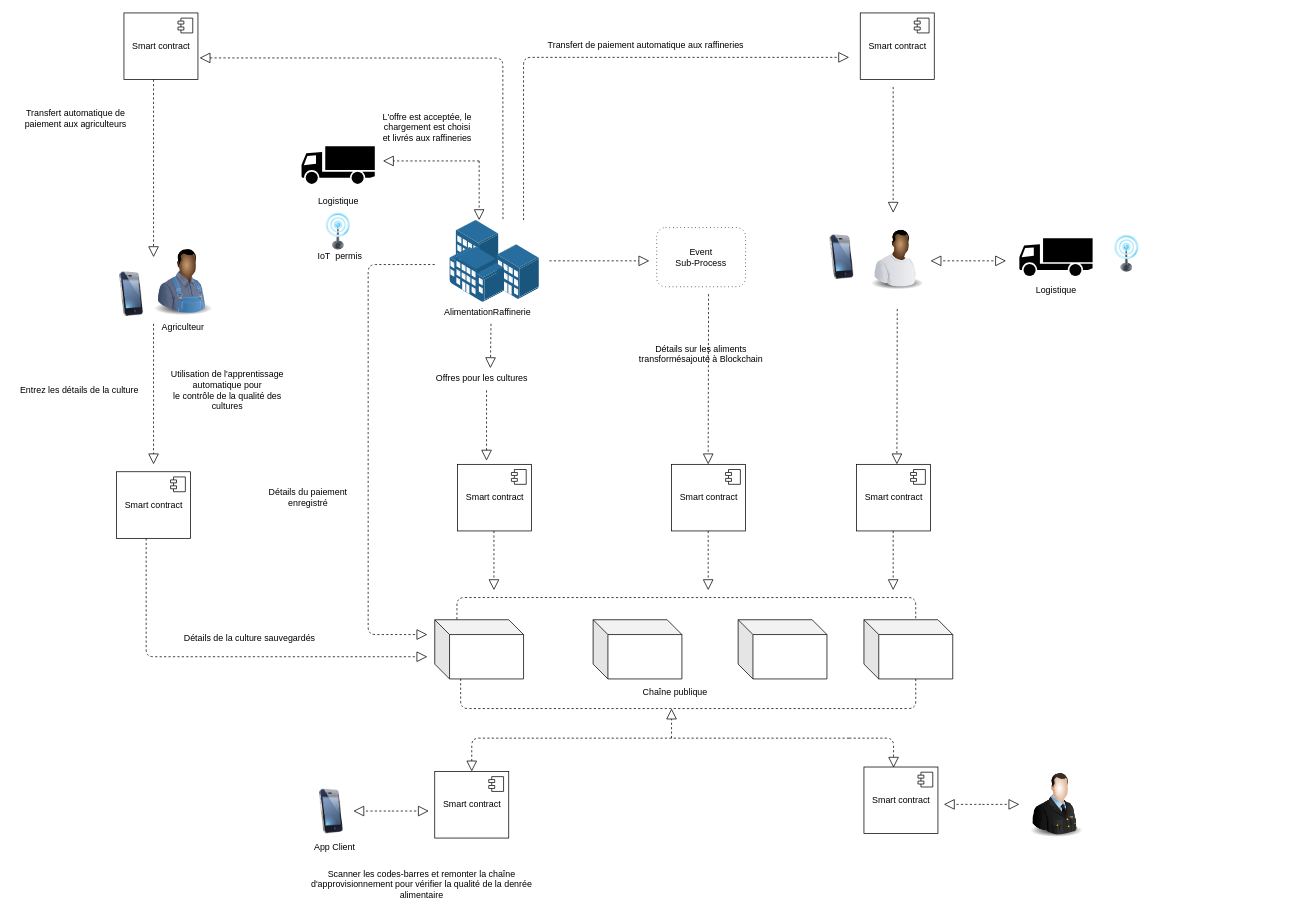
loosker95/supply-chain-blockchain keeps this draw.io diagram as Untitled Diagram.drawio. Above is the earlier version. Source tidied: cells renumbered, new cells numbered last; positions are measured from the earlier drawing's top-left corner, leaving out a move shared by most shapes. Both pictures are drawn from the tidied source at 74%, with x=0, y=0 at pixel (13, 13).
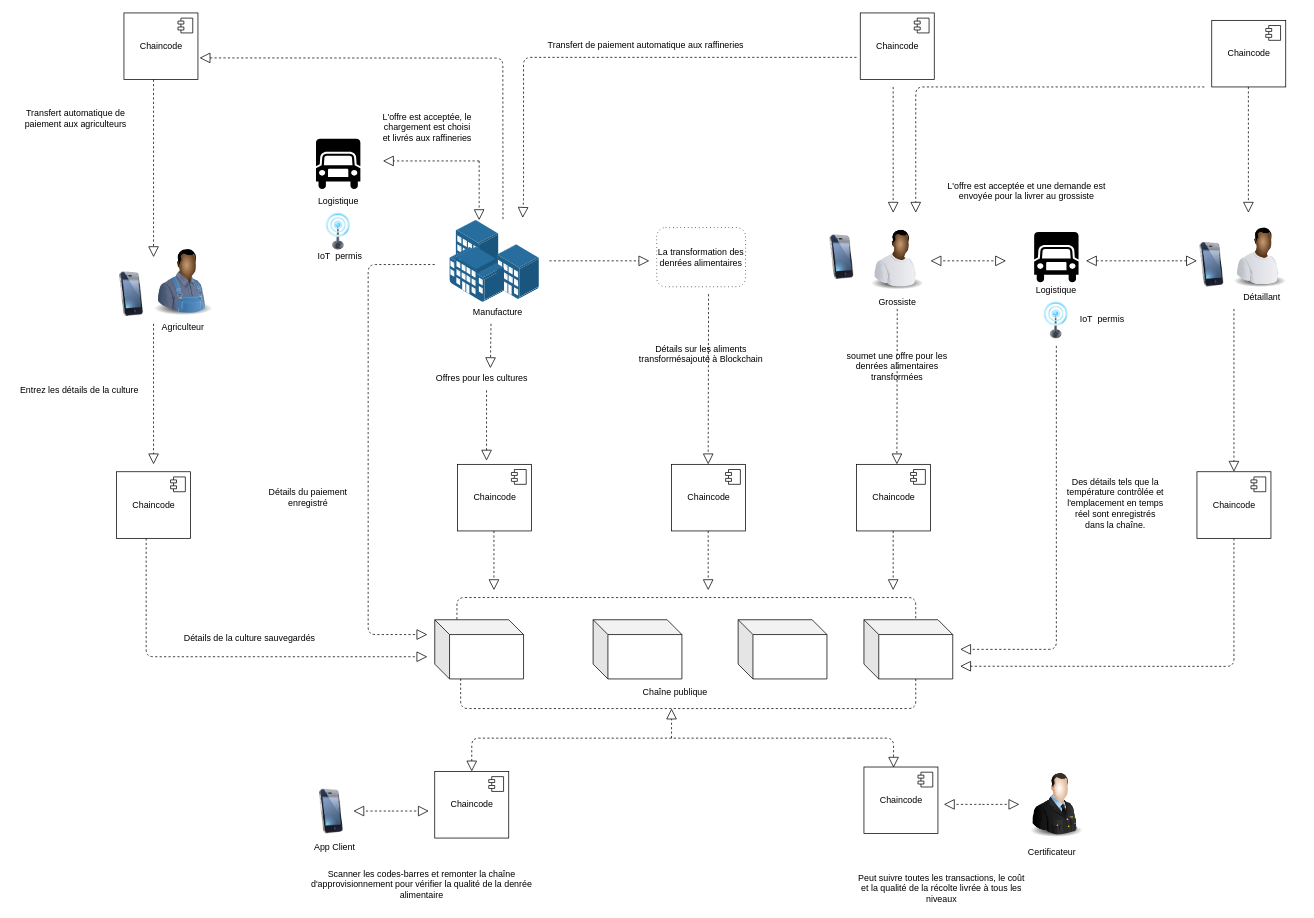
The same diagram, later.

The change refers to these unchanged cells:
```xml
<mxCell id="5" style="points=[];html=1;align=center;shadow=0;dashed=0;image;image=img/lib/allied_telesis/buildings/Building_Cluster.svg;" parent="1" vertex="1">
  <mxGeometry x="590" y="280" width="121.2" height="111" as="geometry" />
</mxCell>
```

What changed in the source:
```diff
@@
-    <mxCell id="2" value="Smart contract" style="html=1;" parent="1" vertex="1">
+    <mxCell id="2" value="Chaincode" style="html=1;" parent="1" vertex="1">
       <mxGeometry x="150" width="100" height="90" as="geometry" />
     </mxCell>
@@
-    <mxCell id="4" style="shape=mxgraph.signs.transportation.truck_1;html=1;fillColor=#000000;strokeColor=none;verticalLabelPosition=bottom;verticalAlign=top;align=center;" parent="1" vertex="1">
-      <mxGeometry x="390" y="180" width="99" height="51" as="geometry" />
-    </mxCell>
@@
-    <mxCell id="6" value="Smart contract" style="html=1;" parent="1" vertex="1">
+    <mxCell id="6" value="Chaincode" style="html=1;" parent="1" vertex="1">
       <mxGeometry x="140" y="620" width="100" height="90" as="geometry" />
     </mxCell>
@@
-    <mxCell id="10" value="Smart contract" style="html=1;" parent="1" vertex="1">
+    <mxCell id="10" value="Chaincode" style="html=1;" parent="1" vertex="1">
       <mxGeometry x="600.6" y="610" width="100" height="90" as="geometry" />
     </mxCell>
@@
-    <mxCell id="12" value="Smart contract" style="html=1;" parent="1" vertex="1">
+    <mxCell id="12" value="Chaincode" style="html=1;" parent="1" vertex="1">
       <mxGeometry x="890" y="610" width="100" height="90" as="geometry" />
     </mxCell>
@@
-    <mxCell id="24" value="Event&#10;Sub-Process" style="shape=ext;rounded=1;html=1;whiteSpace=wrap;dashed=1;dashPattern=1 4;" parent="1" vertex="1">
+    <mxCell id="24" value="&lt;span style=&quot;font-size: 12px&quot;&gt;La transformation des denrées alimentaires&lt;/span&gt;" style="shape=ext;rounded=1;html=1;whiteSpace=wrap;dashed=1;dashPattern=1 4;" parent="1" vertex="1">
       <mxGeometry x="870" y="290" width="120" height="80" as="geometry" />
     </mxCell>
@@
-    <mxCell id="32" value="Smart contract" style="html=1;" parent="1" vertex="1">
+    <mxCell id="32" value="Chaincode" style="html=1;" parent="1" vertex="1">
       <mxGeometry x="570" y="1025" width="100" height="90" as="geometry" />
     </mxCell>
@@
-    <mxCell id="47" value="&lt;div&gt;&lt;span style=&quot;font-size: 12px&quot;&gt;Utilisation de l'apprentissage automatique pour&lt;/span&gt;&lt;/div&gt;&lt;div&gt;&lt;span style=&quot;font-size: 12px&quot;&gt;le contrôle de la qualité des cultures&lt;/span&gt;&lt;/div&gt;" style="text;html=1;strokeColor=none;fillColor=none;align=center;verticalAlign=middle;whiteSpace=wrap;rounded=0;" parent="1" vertex="1">
-      <mxGeometry x="200" y="495" width="180" height="30" as="geometry" />
-    </mxCell>
@@
-    <mxCell id="51" value="AlimentationRaffinerie" style="text;whiteSpace=wrap;html=1;" parent="1" vertex="1">
-      <mxGeometry x="580.6" y="390" width="140" height="30" as="geometry" />
+    <mxCell id="51" value="Manufacture" style="text;whiteSpace=wrap;html=1;" parent="1" vertex="1">
+      <mxGeometry x="620" y="391" width="140" height="30" as="geometry" />
     </mxCell>
@@
-    <mxCell id="56" style="endArrow=block;dashed=1;endFill=0;endSize=12;html=1;exitX=0.596;exitY=-0.013;exitDx=0;exitDy=0;exitPerimeter=0;" parent="1" edge="1">
+    <mxCell id="56" style="endArrow=block;dashed=1;endFill=0;endSize=12;html=1;entryX=0.816;entryY=-0.028;entryDx=0;entryDy=0;entryPerimeter=0;" parent="1" edge="1" target="5">
       <mxGeometry relative="1" as="geometry">
-        <mxPoint x="690" y="280" as="sourcePoint" />
-        <mxPoint x="1130" y="60" as="targetPoint" />
+        <mxPoint x="1140" y="60" as="sourcePoint" />
         <Array as="points">
           <mxPoint x="690" y="60" />
+          <mxPoint x="690" y="250" />
         </Array>
       </mxGeometry>
     </mxCell>
@@
-    <mxCell id="59" value="Smart contract" style="html=1;" parent="1" vertex="1">
+    <mxCell id="59" value="Chaincode" style="html=1;" parent="1" vertex="1">
       <mxGeometry x="1145" width="100" height="90" as="geometry" />
     </mxCell>
@@
-    <mxCell id="64" value="Smart contract" style="html=1;" parent="1" vertex="1">
+    <mxCell id="64" value="Chaincode" style="html=1;" parent="1" vertex="1">
       <mxGeometry x="1140" y="610" width="100" height="90" as="geometry" />
     </mxCell>
@@
-    <mxCell id="68" style="shape=mxgraph.signs.transportation.truck_1;html=1;fillColor=#000000;strokeColor=none;verticalLabelPosition=bottom;verticalAlign=top;align=center;" parent="1" vertex="1">
-      <mxGeometry x="1360" y="304.5" width="99" height="51" as="geometry" />
-    </mxCell>
     <mxCell id="69" style="image;html=1;labelBackgroundColor=#ffffff;image=img/lib/clip_art/telecommunication/Signal_tower_on_128x128.png;" parent="1" vertex="1">
-      <mxGeometry x="1470" y="300" width="70" height="50" as="geometry" />
+      <mxGeometry x="1374.5" y="390" width="70" height="50" as="geometry" />
     </mxCell>
     <mxCell id="70" value="&lt;div&gt;Logistique&lt;/div&gt;" style="text;html=1;strokeColor=none;fillColor=none;align=center;verticalAlign=middle;whiteSpace=wrap;rounded=0;" parent="1" vertex="1">
-      <mxGeometry x="1319.5" y="360" width="180" height="30" as="geometry" />
+      <mxGeometry x="1320" y="360" width="180" height="30" as="geometry" />
     </mxCell>
@@
-    <mxCell id="74" value="Smart contract" style="html=1;" parent="1" vertex="1">
+    <mxCell id="74" value="Chaincode" style="html=1;" parent="1" vertex="1">
       <mxGeometry x="1150" y="1019" width="100" height="90" as="geometry" />
     </mxCell>
@@
+    <mxCell id="79" value="Grossiste" style="text;whiteSpace=wrap;html=1;" parent="1" vertex="1">
+      <mxGeometry x="1168" y="377" width="80" height="30" as="geometry" />
+    </mxCell>
+    <mxCell id="80" value="soumet une offre pour les denrées alimentaires transformées" style="text;whiteSpace=wrap;html=1;align=center;" parent="1" vertex="1">
+      <mxGeometry x="1105" y="450" width="180" height="30" as="geometry" />
+    </mxCell>
+    <mxCell id="81" value="L'offre est acceptée et une demande est envoyée pour la livrer au grossiste" style="text;whiteSpace=wrap;html=1;align=center;" parent="1" vertex="1">
+      <mxGeometry x="1260" y="220" width="220" height="30" as="geometry" />
+    </mxCell>
+    <mxCell id="82" style="shape=mxgraph.signs.transportation.truck_6;html=1;fillColor=#000000;strokeColor=none;verticalLabelPosition=bottom;verticalAlign=top;align=center;" parent="1" vertex="1">
+      <mxGeometry x="1380" y="296" width="60" height="68" as="geometry" />
+    </mxCell>
+    <mxCell id="83" style="shape=mxgraph.signs.transportation.truck_6;html=1;fillColor=#000000;strokeColor=none;verticalLabelPosition=bottom;verticalAlign=top;align=center;" parent="1" vertex="1">
+      <mxGeometry x="409.5" y="170" width="60" height="68" as="geometry" />
+    </mxCell>
+    <mxCell id="84" style="endArrow=block;dashed=1;endFill=0;endSize=12;html=1;fontStyle=1;" parent="1" edge="1">
+      <mxGeometry relative="1" as="geometry">
+        <mxPoint x="1410" y="450" as="sourcePoint" />
+        <mxPoint x="1280" y="860" as="targetPoint" />
+        <Array as="points">
+          <mxPoint x="1410" y="860" />
+        </Array>
+      </mxGeometry>
+    </mxCell>
+    <mxCell id="85" value="Des détails tels que la température contrôlée et l'emplacement en temps réel sont enregistrés dans la chaîne." style="text;whiteSpace=wrap;html=1;align=center;" parent="1" vertex="1">
+      <mxGeometry x="1420" y="620" width="140" height="40" as="geometry" />
+    </mxCell>
+    <mxCell id="86" value="Certificateur" style="text;whiteSpace=wrap;html=1;" parent="1" vertex="1">
+      <mxGeometry x="1370" y="1120" width="170" height="30" as="geometry" />
+    </mxCell>
+    <mxCell id="87" value="IoT&amp;nbsp; permis" style="text;whiteSpace=wrap;html=1;" parent="1" vertex="1">
+      <mxGeometry x="1440" y="400" width="100" height="30" as="geometry" />
+    </mxCell>
+    <mxCell id="88" value="Peut suivre toutes les transactions, le coût et la qualité de la récolte livrée à tous les niveaux" style="text;whiteSpace=wrap;html=1;align=center;" parent="1" vertex="1">
+      <mxGeometry x="1140" y="1155" width="230" height="30" as="geometry" />
+    </mxCell>
+    <mxCell id="89" style="endArrow=block;dashed=1;endFill=0;endSize=12;html=1;fontStyle=1;" parent="1" edge="1" source="92">
+      <mxGeometry relative="1" as="geometry">
+        <mxPoint x="1280" y="882.8" as="targetPoint" />
+        <Array as="points">
+          <mxPoint x="1650" y="883" />
+        </Array>
+      </mxGeometry>
+    </mxCell>
+    <mxCell id="90" style="image;html=1;labelBackgroundColor=#ffffff;image=img/lib/clip_art/people/Worker_Black_128x128.png;" parent="1" vertex="1">
+      <mxGeometry x="1640" y="277" width="90" height="100" as="geometry" />
+    </mxCell>
+    <mxCell id="91" style="image;html=1;labelBackgroundColor=#ffffff;image=img/lib/clip_art/telecommunication/iPhone_128x128.png;" parent="1" vertex="1">
+      <mxGeometry x="1590" y="310" width="60" height="60" as="geometry" />
+    </mxCell>
+    <mxCell id="92" value="Chaincode" style="html=1;" parent="1" vertex="1">
+      <mxGeometry x="1600" y="620" width="100" height="90" as="geometry" />
+    </mxCell>
+    <mxCell id="93" style="shape=component;jettyWidth=8;jettyHeight=4;" parent="92" vertex="1">
+      <mxGeometry x="1" width="20" height="20" relative="1" as="geometry">
+        <mxPoint x="-27" y="7" as="offset" />
+      </mxGeometry>
+    </mxCell>
+    <mxCell id="94" style="endArrow=block;dashed=1;endFill=0;endSize=12;html=1;fontStyle=1;" parent="1" edge="1" target="92">
+      <mxGeometry relative="1" as="geometry">
+        <mxPoint x="1650" y="400" as="sourcePoint" />
+      </mxGeometry>
+    </mxCell>
+    <mxCell id="95" value="&lt;span style=&quot;font-size: 12px&quot;&gt;Détaillant&lt;/span&gt;" style="text;whiteSpace=wrap;html=1;" parent="1" vertex="1">
+      <mxGeometry x="1661" y="370" width="80" height="30" as="geometry" />
+    </mxCell>
+    <mxCell id="96" value="Chaincode" style="html=1;" parent="1" vertex="1">
+      <mxGeometry x="1620" y="10" width="100" height="90" as="geometry" />
+    </mxCell>
+    <mxCell id="97" style="shape=component;jettyWidth=8;jettyHeight=4;" parent="96" vertex="1">
+      <mxGeometry x="1" width="20" height="20" relative="1" as="geometry">
+        <mxPoint x="-27" y="7" as="offset" />
+      </mxGeometry>
+    </mxCell>
+    <mxCell id="98" style="endArrow=block;dashed=1;endFill=0;endSize=12;html=1;fontStyle=1;" parent="1" edge="1">
+      <mxGeometry relative="1" as="geometry">
+        <mxPoint x="1669.5" y="100" as="sourcePoint" />
+        <mxPoint x="1669.5" y="270" as="targetPoint" />
+      </mxGeometry>
+    </mxCell>
+    <mxCell id="99" style="endArrow=block;dashed=1;endFill=0;endSize=12;html=1;fontStyle=1;" parent="1" edge="1">
+      <mxGeometry relative="1" as="geometry">
+        <mxPoint x="1610" y="100" as="sourcePoint" />
+        <mxPoint x="1220" y="270" as="targetPoint" />
+        <Array as="points">
+          <mxPoint x="1220" y="100" />
+        </Array>
+      </mxGeometry>
+    </mxCell>
+    <mxCell id="100" style="endArrow=block;dashed=1;endFill=0;endSize=12;html=1;fontStyle=1;" parent="1" edge="1">
+      <mxGeometry relative="1" as="geometry">
+        <mxPoint x="1569" y="335" as="sourcePoint" />
+        <mxPoint x="1450" y="335" as="targetPoint" />
+      </mxGeometry>
+    </mxCell>
+    <mxCell id="101" style="endArrow=block;dashed=1;endFill=0;endSize=12;html=1;fontStyle=1;" parent="1" edge="1">
+      <mxGeometry relative="1" as="geometry">
+        <mxPoint x="1571" y="335" as="sourcePoint" />
+        <mxPoint x="1600" y="335" as="targetPoint" />
+      </mxGeometry>
+    </mxCell>
```
